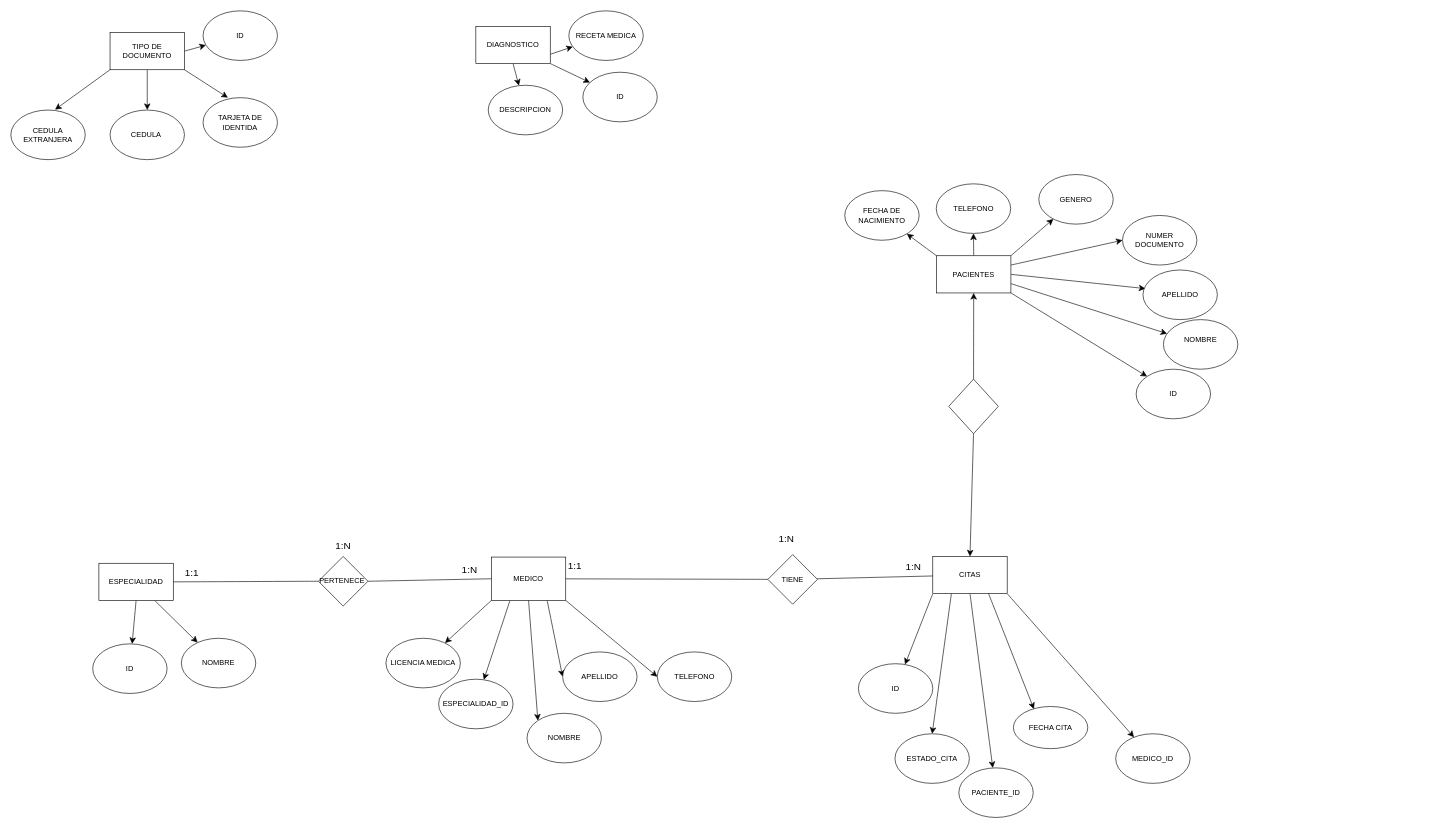
This is Diagrama sin título.drawio from silvio1615/Registroventas, a draw.io file, before an edit. Source tidied: cells renumbered, new cells numbered last; positions are measured from the earlier drawing's top-left corner, leaving out a move shared by most shapes. Both pictures are drawn from the tidied source at 62%, with x=0, y=0 at pixel (11, 11).
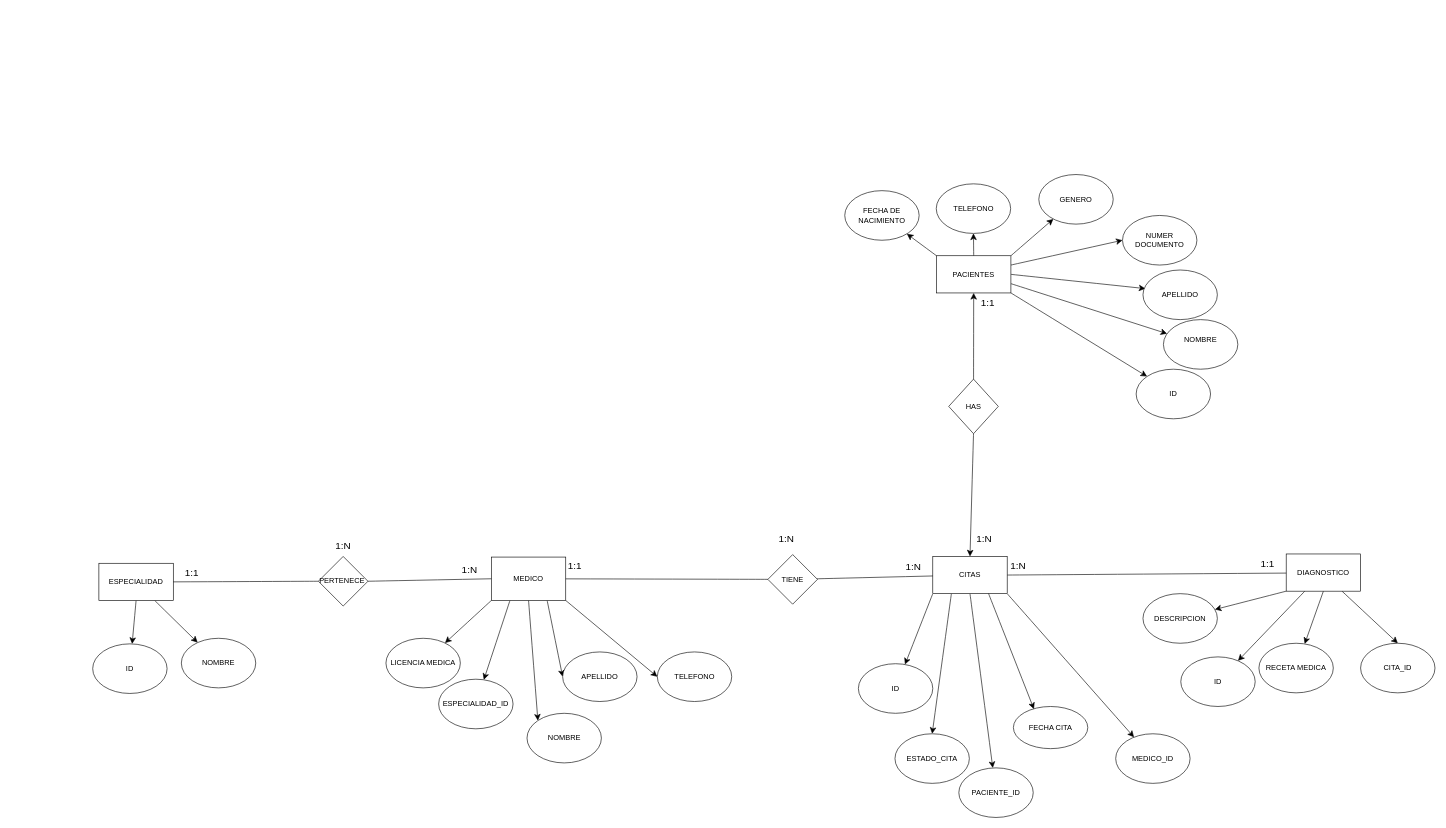
Above is the later version.

The change refers to these unchanged cells:
```xml
<mxCell id="35" value="CITAS" style="rounded=0;whiteSpace=wrap;html=1;" parent="1" vertex="1">
  <mxGeometry x="1487" y="880" width="120" height="60" as="geometry" />
</mxCell>
```

What changed in the source:
```diff
@@
+    <mxCell id="75" style="edgeStyle=none;curved=1;rounded=0;jettySize=auto;html=1;exitX=1;exitY=0.5;exitDx=0;exitDy=0;entryX=1;entryY=0.5;entryDx=0;entryDy=0;fontSize=12;startSize=8;endSize=8;" parent="1" edge="1" source="35" target="42">
+      <mxGeometry relative="1" as="geometry" />
+    </mxCell>
@@
-    <mxCell id="13" style="edgeStyle=none;curved=1;rounded=0;jettySize=auto;html=1;exitX=0.5;exitY=1;exitDx=0;exitDy=0;entryX=0.5;entryY=0;entryDx=0;entryDy=0;fontSize=12;startSize=8;endSize=8;" parent="1" edge="1" source="17" target="18">
-      <mxGeometry relative="1" as="geometry" />
-    </mxCell>
-    <mxCell id="14" style="edgeStyle=none;curved=1;rounded=0;jettySize=auto;html=1;exitX=1;exitY=1;exitDx=0;exitDy=0;fontSize=12;startSize=8;endSize=8;" parent="1" edge="1" source="17">
-      <mxGeometry relative="1" as="geometry">
-        <mxPoint x="350" y="140" as="targetPoint" />
-      </mxGeometry>
-    </mxCell>
-    <mxCell id="15" style="edgeStyle=none;curved=1;rounded=0;jettySize=auto;html=1;exitX=0;exitY=1;exitDx=0;exitDy=0;fontSize=12;startSize=8;endSize=8;entryX=0.594;entryY=-0.009;entryDx=0;entryDy=0;entryPerimeter=0;" parent="1" edge="1" source="17" target="20">
-      <mxGeometry relative="1" as="geometry" />
-    </mxCell>
-    <mxCell id="16" style="edgeStyle=none;curved=1;rounded=0;jettySize=auto;html=1;exitX=1;exitY=0.5;exitDx=0;exitDy=0;fontSize=12;startSize=8;endSize=8;" parent="1" edge="1" source="17" target="48">
-      <mxGeometry relative="1" as="geometry" />
-    </mxCell>
-    <mxCell id="17" value="TIPO DE DOCUMENTO" style="rounded=0;whiteSpace=wrap;html=1;" parent="1" vertex="1">
-      <mxGeometry x="160" y="35" width="120" height="60" as="geometry" />
-    </mxCell>
-    <mxCell id="18" value="CEDULA&amp;nbsp;" style="ellipse;whiteSpace=wrap;html=1;" parent="1" vertex="1">
-      <mxGeometry x="160" y="160" width="120" height="80" as="geometry" />
-    </mxCell>
-    <mxCell id="19" value="TARJETA DE IDENTIDA" style="ellipse;whiteSpace=wrap;html=1;" parent="1" vertex="1">
-      <mxGeometry x="310" y="140" width="120" height="80" as="geometry" />
-    </mxCell>
-    <mxCell id="20" value="CEDULA EXTRANJERA" style="ellipse;whiteSpace=wrap;html=1;" parent="1" vertex="1">
-      <mxGeometry y="160" width="120" height="80" as="geometry" />
-    </mxCell>
@@
-    <mxCell id="39" style="edgeStyle=none;curved=1;rounded=0;jettySize=auto;html=1;exitX=0.5;exitY=1;exitDx=0;exitDy=0;fontSize=12;startSize=8;endSize=8;" parent="1" edge="1" source="42" target="43">
+    <mxCell id="39" style="edgeStyle=none;curved=1;rounded=0;jettySize=auto;html=1;exitX=0;exitY=1;exitDx=0;exitDy=0;fontSize=12;startSize=8;endSize=8;" parent="1" edge="1" source="42" target="43">
       <mxGeometry relative="1" as="geometry" />
     </mxCell>
-    <mxCell id="40" style="edgeStyle=none;curved=1;rounded=0;jettySize=auto;html=1;exitX=1;exitY=0.75;exitDx=0;exitDy=0;fontSize=12;startSize=8;endSize=8;" parent="1" edge="1" source="42" target="44">
+    <mxCell id="40" style="edgeStyle=none;curved=1;rounded=0;jettySize=auto;html=1;exitX=0.5;exitY=1;exitDx=0;exitDy=0;fontSize=12;startSize=8;endSize=8;" parent="1" edge="1" source="42" target="44">
       <mxGeometry relative="1" as="geometry" />
     </mxCell>
-    <mxCell id="41" style="edgeStyle=none;curved=1;rounded=0;jettySize=auto;html=1;exitX=1;exitY=1;exitDx=0;exitDy=0;fontSize=12;startSize=8;endSize=8;" parent="1" edge="1" source="42" target="49">
+    <mxCell id="41" style="edgeStyle=none;curved=1;rounded=0;jettySize=auto;html=1;exitX=0.25;exitY=1;exitDx=0;exitDy=0;fontSize=12;startSize=8;endSize=8;" parent="1" edge="1" source="42" target="49">
       <mxGeometry relative="1" as="geometry" />
     </mxCell>
+    <mxCell id="76" style="edgeStyle=none;curved=1;rounded=0;jettySize=auto;html=1;exitX=0.75;exitY=1;exitDx=0;exitDy=0;entryX=0.5;entryY=0;entryDx=0;entryDy=0;fontSize=12;startSize=8;endSize=8;" parent="1" edge="1" source="42" target="81">
+      <mxGeometry relative="1" as="geometry" />
+    </mxCell>
     <mxCell id="42" value="DIAGNOSTICO" style="rounded=0;whiteSpace=wrap;html=1;" parent="1" vertex="1">
-      <mxGeometry x="750" y="25" width="120" height="60" as="geometry" />
+      <mxGeometry x="2057" y="876" width="120" height="60" as="geometry" />
     </mxCell>
     <mxCell id="43" value="DESCRIPCION" style="ellipse;whiteSpace=wrap;html=1;" parent="1" vertex="1">
-      <mxGeometry x="770" y="120" width="120" height="80" as="geometry" />
+      <mxGeometry x="1826" y="940" width="120" height="80" as="geometry" />
     </mxCell>
     <mxCell id="44" value="RECETA MEDICA" style="ellipse;whiteSpace=wrap;html=1;" parent="1" vertex="1">
-      <mxGeometry x="900" width="120" height="80" as="geometry" />
+      <mxGeometry x="2013" y="1020" width="120" height="80" as="geometry" />
     </mxCell>
@@
-    <mxCell id="48" value="ID" style="ellipse;whiteSpace=wrap;html=1;" parent="1" vertex="1">
-      <mxGeometry x="310" width="120" height="80" as="geometry" />
-    </mxCell>
     <mxCell id="49" value="ID" style="ellipse;whiteSpace=wrap;html=1;" parent="1" vertex="1">
-      <mxGeometry x="922.6" y="99" width="120" height="80" as="geometry" />
+      <mxGeometry x="1887" y="1042" width="120" height="80" as="geometry" />
     </mxCell>
@@
-    <mxCell id="74" style="rhombus;whiteSpace=wrap;html=1;" parent="1" vertex="1">
+    <mxCell id="74" value="HAS" style="rhombus;whiteSpace=wrap;html=1;" parent="1" vertex="1">
       <mxGeometry x="1512.7" y="594" width="80" height="88" as="geometry" />
     </mxCell>
+    <mxCell id="77" value="1:1" style="text;html=1;whiteSpace=wrap;strokeColor=none;fillColor=none;align=center;verticalAlign=middle;rounded=0;fontSize=16;" parent="1" vertex="1">
+      <mxGeometry x="1997" y="876" width="60" height="30" as="geometry" />
+    </mxCell>
+    <mxCell id="78" value="1:1" style="text;html=1;whiteSpace=wrap;strokeColor=none;fillColor=none;align=center;verticalAlign=middle;rounded=0;fontSize=16;" parent="1" vertex="1">
+      <mxGeometry x="1546" y="456" width="60" height="30" as="geometry" />
+    </mxCell>
+    <mxCell id="79" value="1:N" style="text;html=1;whiteSpace=wrap;strokeColor=none;fillColor=none;align=center;verticalAlign=middle;rounded=0;fontSize=16;" parent="1" vertex="1">
+      <mxGeometry x="1540" y="836" width="60" height="30" as="geometry" />
+    </mxCell>
+    <mxCell id="80" value="1:N" style="text;html=1;whiteSpace=wrap;strokeColor=none;fillColor=none;align=center;verticalAlign=middle;rounded=0;fontSize=16;" parent="1" vertex="1">
+      <mxGeometry x="1595" y="880" width="60" height="30" as="geometry" />
+    </mxCell>
+    <mxCell id="81" value="CITA_ID" style="ellipse;whiteSpace=wrap;html=1;" parent="1" vertex="1">
+      <mxGeometry x="2177" y="1020" width="120" height="80" as="geometry" />
+    </mxCell>
```
